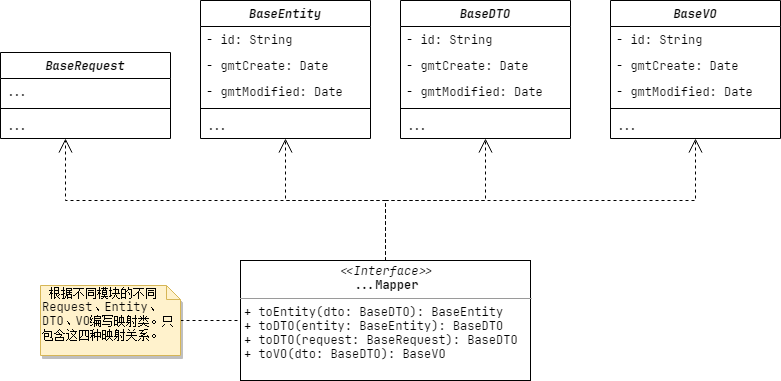
Earlier version of the draw.io export design/迭代一/resource/image/数据传输模型类图.png (hellovie/online-article-reading-platform). Source tidied: cells renumbered, new cells last; positions are measured from the earlier drawing's top-left corner, leaving out a move shared by most shapes.
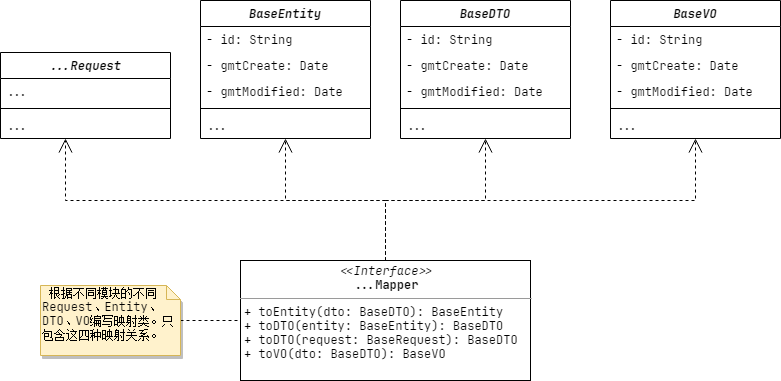
The same diagram one commit later.

Change to the diagram source:
```diff
@@ -75,7 +75,7 @@
         </Array>
       </mxGeometry>
     </mxCell>
-    <mxCell id="23" value="BaseRequest" style="swimlane;fontStyle=3;align=center;verticalAlign=top;horizontal=1;startSize=26;fontFamily=JetBrains Mono;" parent="1" vertex="1">
+    <mxCell id="23" value="...Request" style="swimlane;fontStyle=3;align=center;verticalAlign=top;horizontal=1;startSize=26;fontFamily=JetBrains Mono;" parent="1" vertex="1">
       <mxGeometry y="52" width="170" height="86" as="geometry" />
     </mxCell>
     <mxCell id="24" value="..." style="text;strokeColor=none;fillColor=none;align=left;verticalAlign=top;spacingLeft=4;spacingRight=4;overflow=hidden;fontFamily=JetBrains Mono;" parent="23" vertex="1">
```
